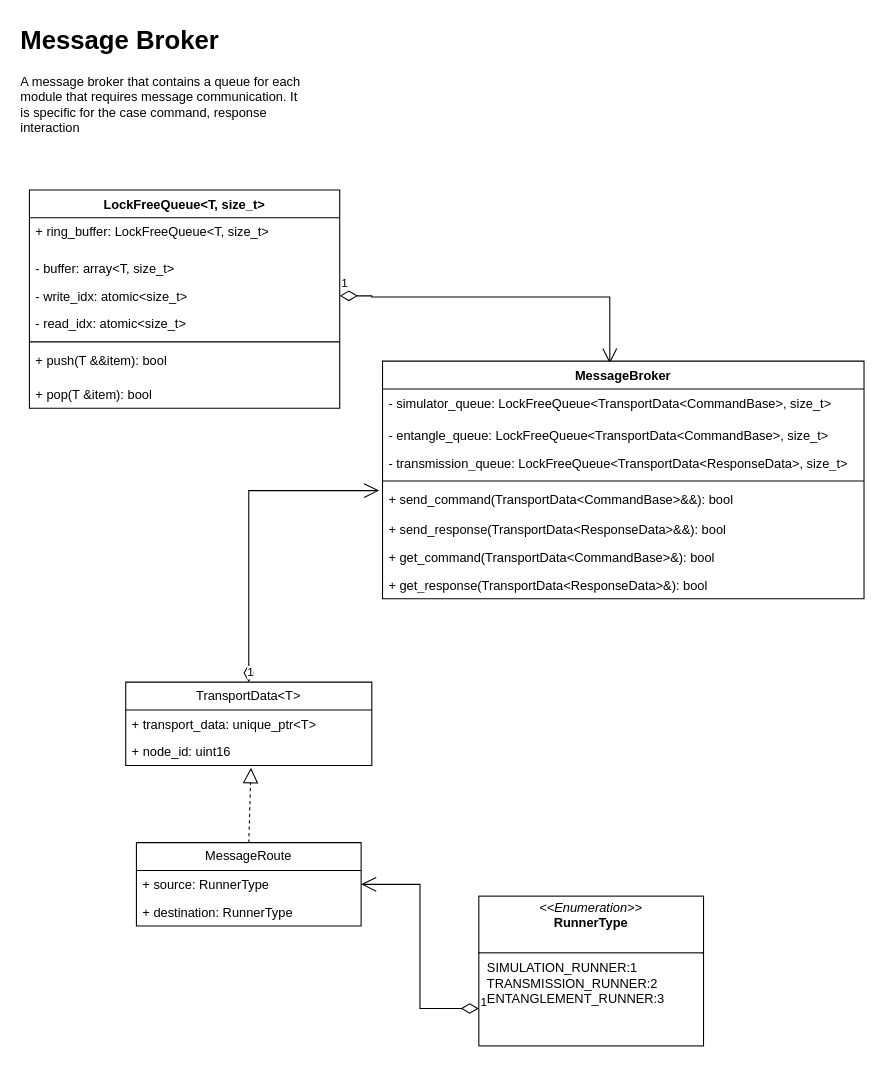
Above: page "MessageBroker" (4 of 10) of docs/Design/MultithreadedApplication.drawio in SoftwareQuTech/QiLab (draw.io), before the change. Source tidied: cells renumbered, new cells numbered last; positions are measured from the earlier drawing's top-left corner, leaving out a move shared by most shapes. Both pictures are drawn from the tidied source at 107%, with x=0, y=0 at pixel (18, 18).
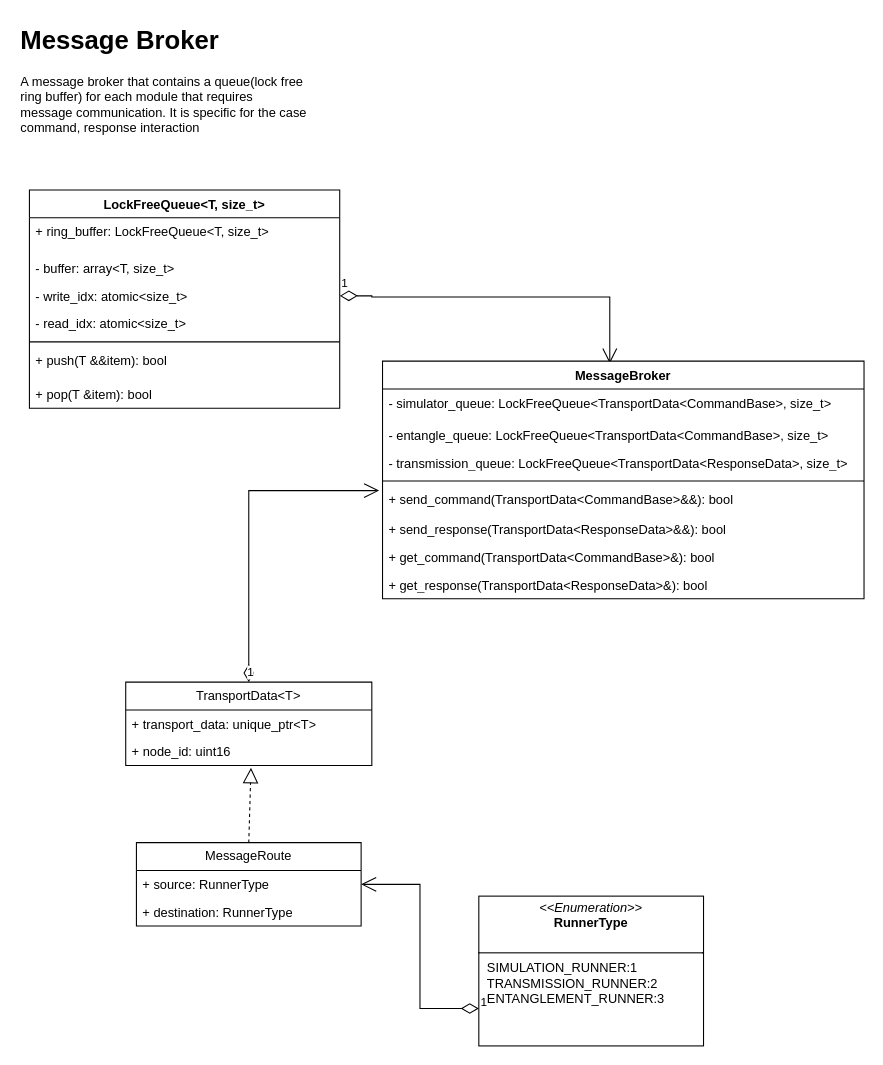
Above is the later version.

The edit, as a diff of the source:
```diff
@@
-    <mxCell id="2" value="&lt;h1 style=&quot;margin-top: 0px;&quot;&gt;Message Broker&lt;/h1&gt;&lt;p&gt;A message broker that contains a queue for each module that requires message communication. It is specific for the case command, response interaction&lt;/p&gt;" style="text;html=1;whiteSpace=wrap;overflow=hidden;rounded=0;" parent="1" vertex="1">
+    <mxCell id="2" value="&lt;h1 style=&quot;margin-top: 0px;&quot;&gt;Message Broker&lt;/h1&gt;&lt;p&gt;A message broker that contains a queue(lock free ring buffer) for each module that requires message communication. It is specific for the case command, response interaction&lt;/p&gt;" style="text;html=1;whiteSpace=wrap;overflow=hidden;rounded=0;" parent="1" vertex="1">
       <mxGeometry width="270" height="120" as="geometry" />
     </mxCell>
```
